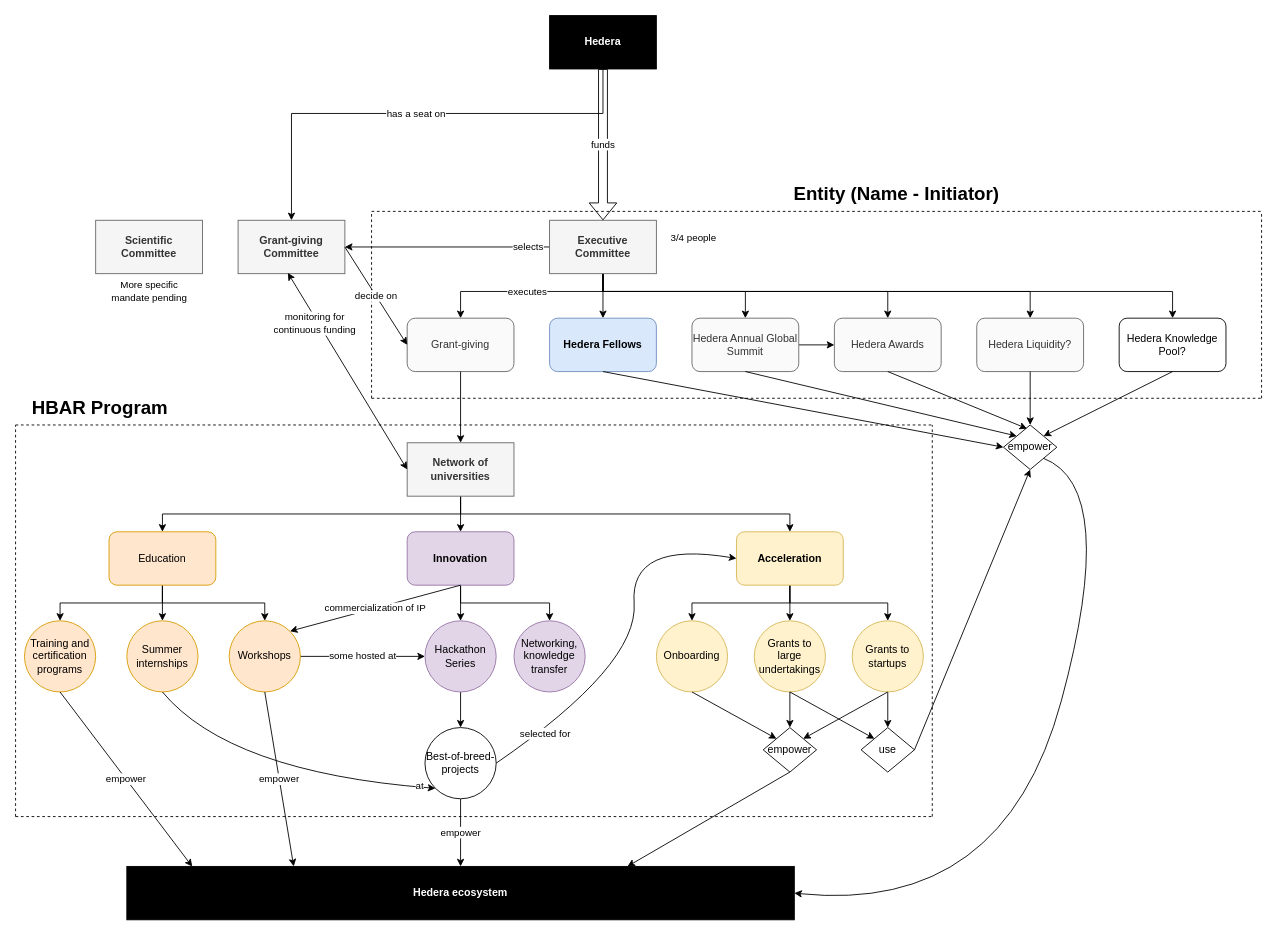
Earlier version of the draw.io diagram RFP.drawio (juan22xT/TEA). Source tidied: cells renumbered, new cells numbered last; positions are measured from the earlier drawing's top-left corner, leaving out a move shared by most shapes. Both pictures are drawn from the tidied source at 89%, with x=0, y=0 at pixel (15, 15).
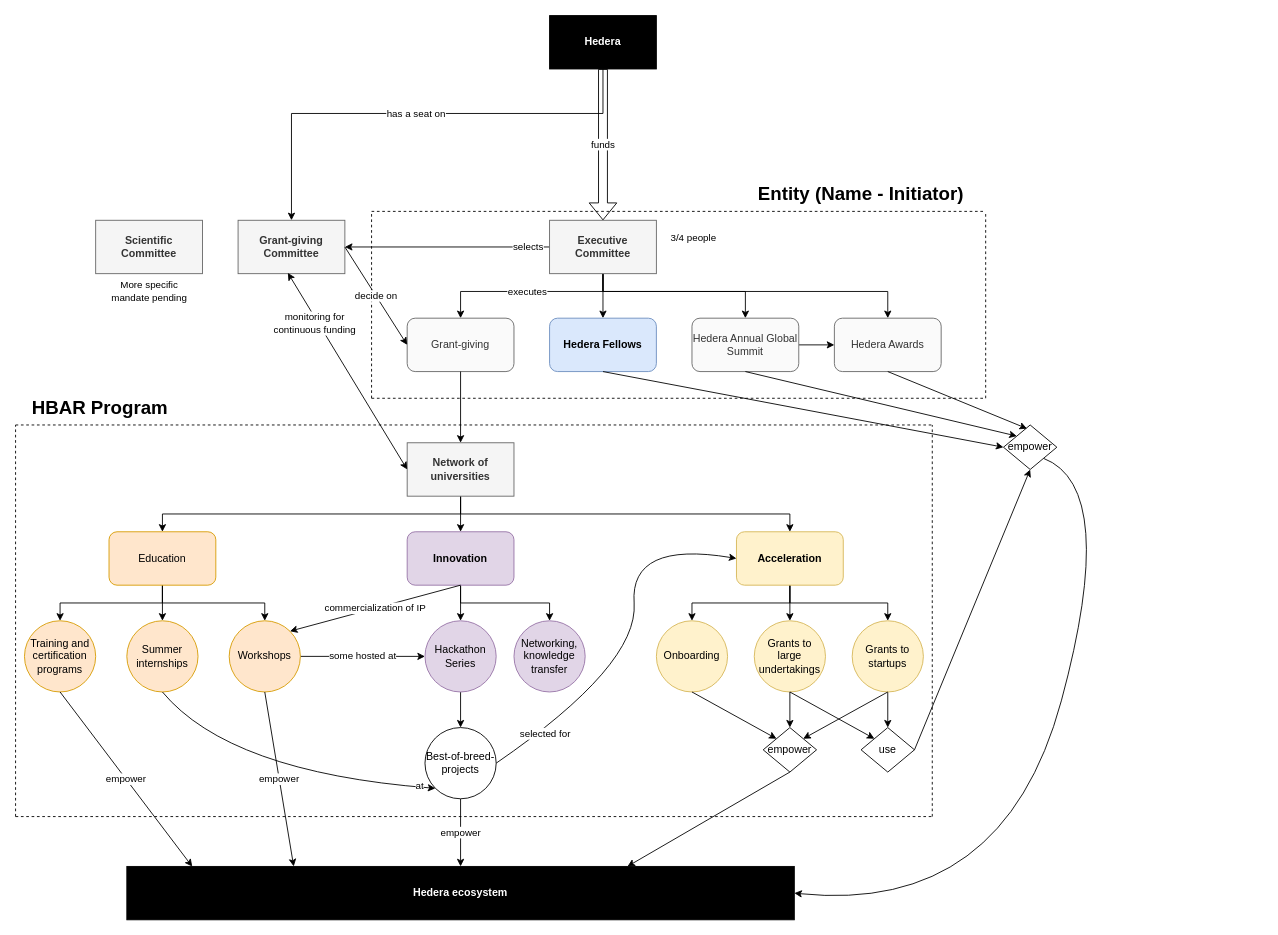
The same diagram, later.

Unchanged cells that the change refers to:
```xml
<mxCell id="9" value="Executive Committee" style="rounded=0;whiteSpace=wrap;html=1;fillColor=#f5f5f5;strokeColor=#666666;fontColor=#333333;fontStyle=1;" parent="1" vertex="1">
  <mxGeometry x="600" y="230" width="120" height="60" as="geometry" />
</mxCell>
<mxCell id="79" value="empower" style="rhombus;whiteSpace=wrap;html=1;" parent="1" vertex="1">
  <mxGeometry x="1110" y="460" width="60" height="50" as="geometry" />
</mxCell>
```

Change to the diagram source:
```diff
@@
-    <mxCell id="7" style="edgeStyle=orthogonalEdgeStyle;rounded=0;jettySize=auto;html=1;" parent="1" edge="1" source="9" target="51">
-      <mxGeometry relative="1" as="geometry">
-        <Array as="points">
-          <mxPoint x="660" y="310" />
-          <mxPoint x="1140" y="310" />
-        </Array>
-      </mxGeometry>
-    </mxCell>
-    <mxCell id="8" style="edgeStyle=orthogonalEdgeStyle;rounded=0;jettySize=auto;html=1;" parent="1" edge="1" source="9" target="52">
-      <mxGeometry relative="1" as="geometry">
-        <Array as="points">
-          <mxPoint x="660" y="310" />
-          <mxPoint x="1300" y="310" />
-        </Array>
-      </mxGeometry>
-    </mxCell>
@@
     <mxCell id="26" style="endArrow=none;dashed=1;html=1;" parent="1" edge="1">
       <mxGeometry relative="1" as="geometry">
-        <mxPoint x="1400" y="430" as="sourcePoint" />
-        <mxPoint x="1400" y="220" as="targetPoint" />
+        <mxPoint x="1090" y="430" as="sourcePoint" />
+        <mxPoint x="1090" y="220" as="targetPoint" />
       </mxGeometry>
     </mxCell>
     <mxCell id="27" style="endArrow=none;dashed=1;html=1;" parent="1" edge="1">
       <mxGeometry relative="1" as="geometry">
         <mxPoint x="400" y="220" as="sourcePoint" />
-        <mxPoint x="1400" y="220" as="targetPoint" />
+        <mxPoint x="1090" y="220" as="targetPoint" />
       </mxGeometry>
     </mxCell>
     <mxCell id="28" style="endArrow=none;dashed=1;html=1;" parent="1" edge="1">
       <mxGeometry relative="1" as="geometry">
         <mxPoint x="400" y="430" as="sourcePoint" />
-        <mxPoint x="1400" y="430" as="targetPoint" />
+        <mxPoint x="1090" y="430" as="targetPoint" />
       </mxGeometry>
     </mxCell>
     <mxCell id="29" value="&lt;b style=&quot;font-size: 21px&quot;&gt;Entity (Name - Initiator)&lt;/b&gt;" style="text;html=1;strokeColor=none;fillColor=none;align=center;verticalAlign=middle;whiteSpace=wrap;rounded=0;fontSize=21;" parent="1" vertex="1">
-      <mxGeometry x="840" y="190" width="300" height="20" as="geometry" />
+      <mxGeometry x="800" y="190" width="300" height="20" as="geometry" />
     </mxCell>
@@
-    <mxCell id="51" value="Hedera Liquidity?" style="rounded=1;whiteSpace=wrap;html=1;strokeColor=#666666;fontColor=#333333;fillColor=#FAFAFA;" parent="1" vertex="1">
-      <mxGeometry x="1080" y="340" width="120" height="60" as="geometry" />
-    </mxCell>
-    <mxCell id="52" value="Hedera Knowledge Pool?" style="rounded=1;whiteSpace=wrap;html=1;" parent="1" vertex="1">
-      <mxGeometry x="1240" y="340" width="120" height="60" as="geometry" />
-    </mxCell>
@@
-    <mxCell id="63" style="endArrow=classic;html=1;exitX=0.5;exitY=1;exitDx=0;exitDy=0;entryX=0.5;entryY=0;entryDx=0;entryDy=0;" parent="1" edge="1" source="51" target="79">
-      <mxGeometry relative="1" as="geometry" />
-    </mxCell>
-    <mxCell id="64" style="endArrow=classic;html=1;exitX=0.5;exitY=1;exitDx=0;exitDy=0;entryX=1;entryY=0;entryDx=0;entryDy=0;" parent="1" edge="1" source="52" target="79">
-      <mxGeometry relative="1" as="geometry" />
-    </mxCell>
```
